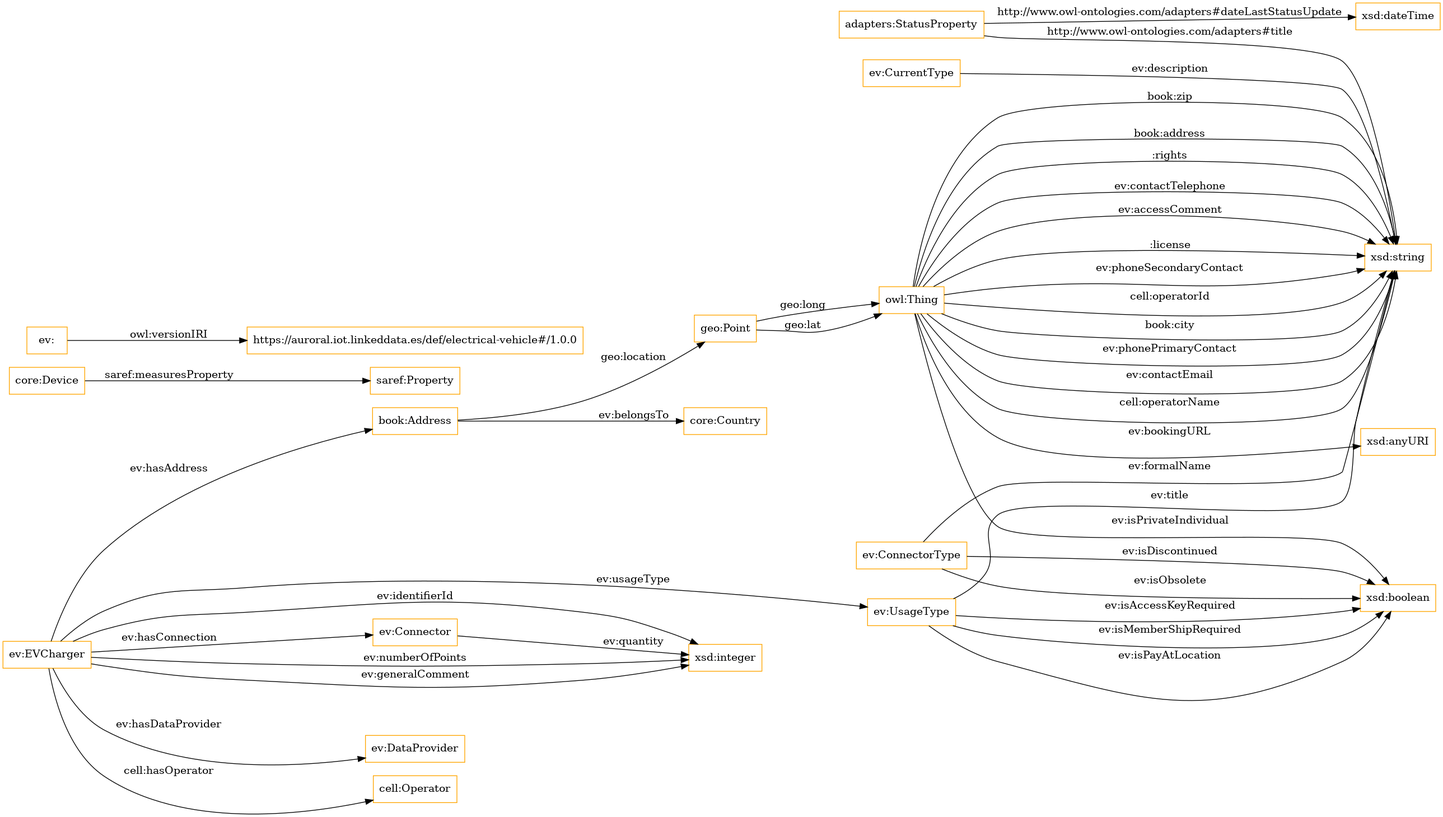
Earlier version of the Graphviz export OnToology/ontology/EV-charger.ttl/diagrams/ar2dtool-class/EV-charger.ttl.png (oeg-upm/auroral-VehicleCharger-ontology). Its source is kept beside it as OnToology/ontology/EV-charger.ttl/diagrams/ar2dtool-class/EV-charger.ttl.png.dot.
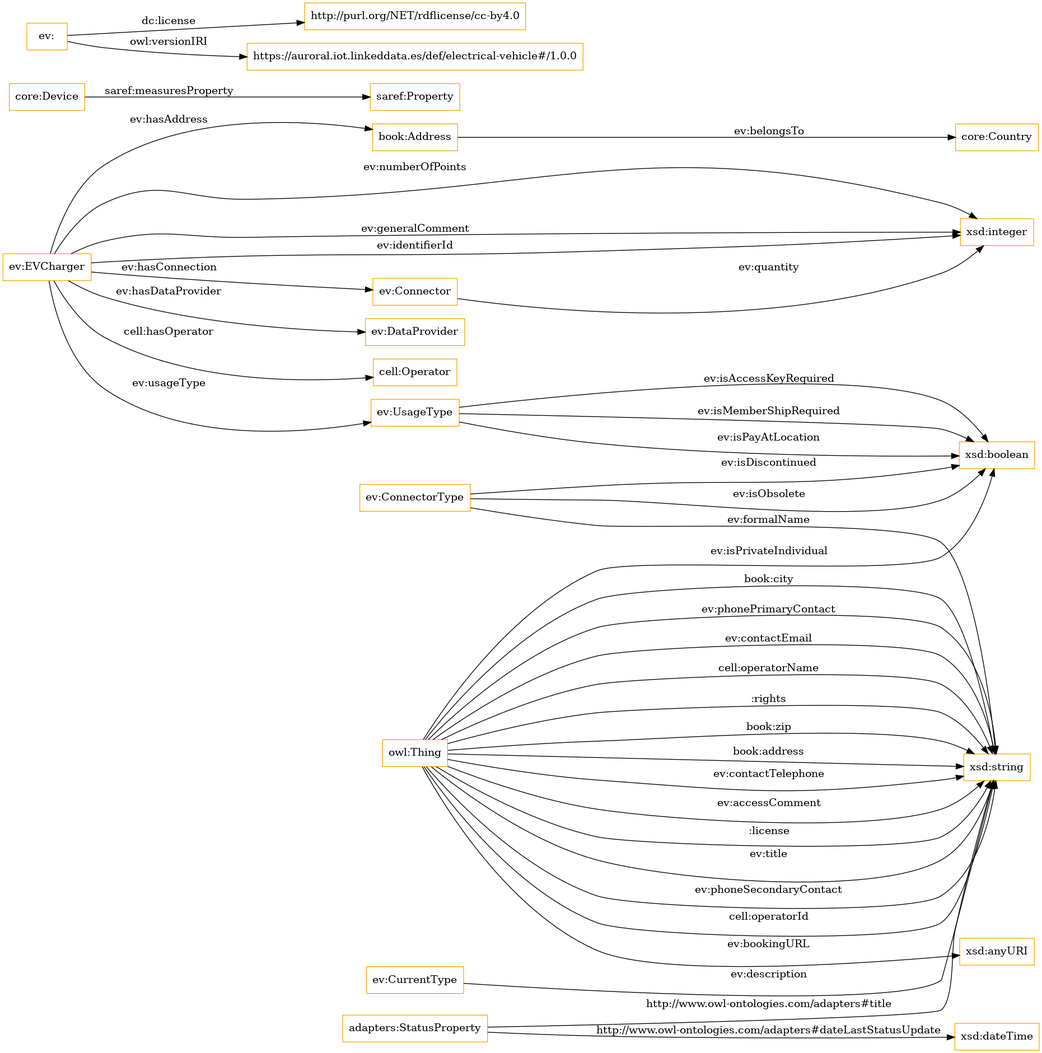
The same diagram one commit later.

The edit, as a diff of the source:
```diff
@@ -1,15 +1,15 @@
 digraph ar2dtool_diagram {
 rankdir=LR;
 size="1501"
-node [shape = rectangle, color="orange"]; "book:Address" "ev:CurrentType" "ev:Connector" "ev:ConnectorType" "saref:Property" "core:Country" "adapters:StatusProperty" "ev:DataProvider" "cell:Operator" "ev:EVCharger" "ev:UsageType" "geo:Point" "core:Device" ; /*classes style*/
+node [shape = rectangle, color="orange"]; "book:Address" "ev:CurrentType" "ev:Connector" "ev:ConnectorType" "saref:Property" "core:Country" "adapters:StatusProperty" "ev:DataProvider" "cell:Operator" "ev:EVCharger" "ev:UsageType" "core:Device" ; /*classes style*/
+	"ev:" -> "http://purl.org/NET/rdflicense/cc-by4.0" [ label = "dc:license" ];
 	"ev:" -> "https://auroral.iot.linkeddata.es/def/electrical-vehicle#/1.0.0" [ label = "owl:versionIRI" ];
 	"ev:Connector" -> "xsd:integer" [ label = "ev:quantity" ];
 	"owl:Thing" -> "xsd:string" [ label = "ev:accessComment" ];
 	"ev:EVCharger" -> "xsd:integer" [ label = "ev:numberOfPoints" ];
 	"owl:Thing" -> "xsd:string" [ label = ":license" ];
 	"core:Device" -> "saref:Property" [ label = "saref:measuresProperty" ];
-	"ev:UsageType" -> "xsd:string" [ label = "ev:title" ];
-	"geo:Point" -> "owl:Thing" [ label = "geo:long" ];
+	"owl:Thing" -> "xsd:string" [ label = "ev:title" ];
 	"ev:EVCharger" -> "xsd:integer" [ label = "ev:generalComment" ];
 	"ev:ConnectorType" -> "xsd:boolean" [ label = "ev:isDiscontinued" ];
 	"owl:Thing" -> "xsd:string" [ label = "ev:phoneSecondaryContact" ];
@@ -20,14 +20,12 @@
 	"owl:Thing" -> "xsd:boolean" [ label = "ev:isPrivateIndividual" ];
 	"adapters:StatusProperty" -> "xsd:dateTime" [ label = "http://www.owl-ontologies.com/adapters#dateLastStatusUpdate" ];
 	"owl:Thing" -> "xsd:string" [ label = "ev:contactEmail" ];
-	"geo:Point" -> "owl:Thing" [ label = "geo:lat" ];
-	"book:Address" -> "geo:Point" [ label = "geo:location" ];
+	"ev:EVCharger" -> "ev:UsageType" [ label = "ev:usageType" ];
 	"owl:Thing" -> "xsd:string" [ label = "cell:operatorName" ];
-	"ev:EVCharger" -> "ev:UsageType" [ label = "ev:usageType" ];
 	"book:Address" -> "core:Country" [ label = "ev:belongsTo" ];
+	"owl:Thing" -> "xsd:string" [ label = ":rights" ];
 	"owl:Thing" -> "xsd:string" [ label = "book:zip" ];
 	"owl:Thing" -> "xsd:string" [ label = "book:address" ];
-	"owl:Thing" -> "xsd:string" [ label = ":rights" ];
 	"ev:ConnectorType" -> "xsd:boolean" [ label = "ev:isObsolete" ];
 	"ev:EVCharger" -> "ev:Connector" [ label = "ev:hasConnection" ];
 	"owl:Thing" -> "xsd:string" [ label = "ev:contactTelephone" ];
```
